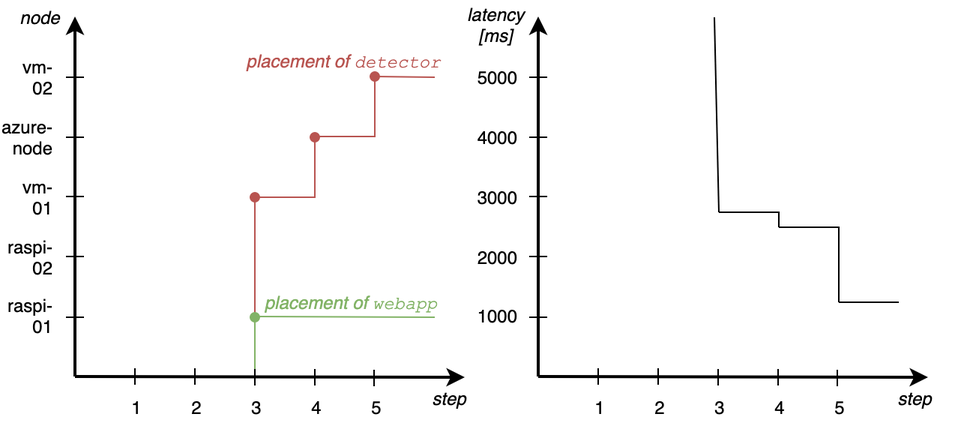
Above: documents/figures/evaluation-exp1-result.png in slienau/bachelor-thesis (draw.io), before the change. Source tidied: cells renumbered, new cells last; positions are measured from the earlier drawing's top-left corner, leaving out a move shared by most shapes. Its diagram source:
```xml
<mxGraphModel>
  <root>
    <mxCell id="0" />
    <mxCell id="1" parent="0" />
    <mxCell id="2" style="group;" parent="1" vertex="1">
      <mxGeometry x="306" y="5" width="329.5" height="275" as="geometry" />
    </mxCell>
    <mxCell id="3" style="group;" parent="2" vertex="1">
      <mxGeometry width="329.5" height="275" as="geometry" />
    </mxCell>
    <mxCell id="4" style="endArrow=classic;html=1;strokeWidth=2;" parent="3" edge="1">
      <mxGeometry relative="1" as="geometry">
        <mxPoint x="49.5" y="244.5" as="sourcePoint" />
        <mxPoint x="49.5" y="4.5" as="targetPoint" />
      </mxGeometry>
    </mxCell>
    <mxCell id="5" value="1000" style="text;html=1;strokeColor=none;fillColor=none;align=right;verticalAlign=middle;whiteSpace=wrap;rounded=0;fontFamily=Helvetica;" parent="3" vertex="1">
      <mxGeometry x="6.5" y="194" width="30" height="20" as="geometry" />
    </mxCell>
    <mxCell id="6" value="2000" style="text;html=1;strokeColor=none;fillColor=none;align=right;verticalAlign=middle;whiteSpace=wrap;rounded=0;fontFamily=Helvetica;" parent="3" vertex="1">
      <mxGeometry x="6.5" y="155" width="30" height="20" as="geometry" />
    </mxCell>
    <mxCell id="7" value="3000" style="text;html=1;strokeColor=none;fillColor=none;align=right;verticalAlign=middle;whiteSpace=wrap;rounded=0;fontFamily=Helvetica;" parent="3" vertex="1">
      <mxGeometry x="6.5" y="115" width="30" height="20" as="geometry" />
    </mxCell>
    <mxCell id="8" value="5000" style="text;html=1;strokeColor=none;fillColor=none;align=right;verticalAlign=middle;whiteSpace=wrap;rounded=0;fontFamily=Helvetica;" parent="3" vertex="1">
      <mxGeometry x="6.5" y="35" width="30" height="20" as="geometry" />
    </mxCell>
    <mxCell id="9" value="4000" style="text;html=1;strokeColor=none;fillColor=none;align=right;verticalAlign=middle;whiteSpace=wrap;rounded=0;fontFamily=Helvetica;" parent="3" vertex="1">
      <mxGeometry x="6.5" y="75" width="30" height="20" as="geometry" />
    </mxCell>
    <mxCell id="10" style="endArrow=none;html=1;strokeWidth=1;fontFamily=Courier New;arcSize=20;" parent="3" edge="1">
      <mxGeometry relative="1" as="geometry">
        <mxPoint x="89.5" y="250" as="sourcePoint" />
        <mxPoint x="89.5" y="239" as="targetPoint" />
      </mxGeometry>
    </mxCell>
    <mxCell id="11" value="1" style="text;html=1;strokeColor=none;fillColor=none;align=center;verticalAlign=middle;whiteSpace=wrap;rounded=0;fontFamily=Helvetica;" parent="3" vertex="1">
      <mxGeometry x="79.5" y="255" width="20" height="20" as="geometry" />
    </mxCell>
    <mxCell id="12" value="2" style="text;html=1;strokeColor=none;fillColor=none;align=center;verticalAlign=middle;whiteSpace=wrap;rounded=0;fontFamily=Helvetica;" parent="3" vertex="1">
      <mxGeometry x="119.5" y="255" width="20" height="20" as="geometry" />
    </mxCell>
    <mxCell id="13" value="3" style="text;html=1;strokeColor=none;fillColor=none;align=center;verticalAlign=middle;whiteSpace=wrap;rounded=0;fontFamily=Helvetica;" parent="3" vertex="1">
      <mxGeometry x="159.5" y="255" width="20" height="20" as="geometry" />
    </mxCell>
    <mxCell id="14" value="4" style="text;html=1;strokeColor=none;fillColor=none;align=center;verticalAlign=middle;whiteSpace=wrap;rounded=0;fontFamily=Helvetica;" parent="3" vertex="1">
      <mxGeometry x="199.5" y="255" width="20" height="20" as="geometry" />
    </mxCell>
    <mxCell id="15" value="5" style="text;html=1;strokeColor=none;fillColor=none;align=center;verticalAlign=middle;whiteSpace=wrap;rounded=0;fontFamily=Helvetica;" parent="3" vertex="1">
      <mxGeometry x="239.5" y="255" width="20" height="20" as="geometry" />
    </mxCell>
    <mxCell id="16" style="endArrow=classic;html=1;strokeWidth=2;" parent="3" edge="1">
      <mxGeometry relative="1" as="geometry">
        <mxPoint x="49.5" y="244.5" as="sourcePoint" />
        <mxPoint x="309.5" y="245" as="targetPoint" />
      </mxGeometry>
    </mxCell>
    <mxCell id="17" value="latency [ms]" style="text;html=1;strokeColor=none;fillColor=none;align=center;verticalAlign=middle;whiteSpace=wrap;rounded=0;fontStyle=2;" parent="3" vertex="1">
      <mxGeometry width="43" height="20" as="geometry" />
    </mxCell>
    <mxCell id="18" value="step" style="text;html=1;strokeColor=none;fillColor=none;align=center;verticalAlign=middle;whiteSpace=wrap;rounded=0;fontStyle=2;" parent="3" vertex="1">
      <mxGeometry x="285" y="249" width="30" height="20" as="geometry" />
    </mxCell>
    <mxCell id="19" style="endArrow=none;html=1;strokeWidth=1;fontFamily=Courier New;arcSize=20;" parent="3" edge="1">
      <mxGeometry relative="1" as="geometry">
        <mxPoint x="129.5" y="250" as="sourcePoint" />
        <mxPoint x="129.5" y="239" as="targetPoint" />
      </mxGeometry>
    </mxCell>
    <mxCell id="20" style="endArrow=none;html=1;strokeWidth=1;fontFamily=Courier New;arcSize=20;" parent="3" edge="1">
      <mxGeometry relative="1" as="geometry">
        <mxPoint x="209.5" y="250.5" as="sourcePoint" />
        <mxPoint x="209.5" y="239.5" as="targetPoint" />
      </mxGeometry>
    </mxCell>
    <mxCell id="21" style="endArrow=none;html=1;strokeWidth=1;fontFamily=Courier New;arcSize=20;" parent="3" edge="1">
      <mxGeometry relative="1" as="geometry">
        <mxPoint x="169.5" y="250.5" as="sourcePoint" />
        <mxPoint x="169.5" y="239.5" as="targetPoint" />
      </mxGeometry>
    </mxCell>
    <mxCell id="22" style="endArrow=none;html=1;strokeWidth=1;fontFamily=Courier New;arcSize=20;" parent="3" edge="1">
      <mxGeometry relative="1" as="geometry">
        <mxPoint x="249" y="251" as="sourcePoint" />
        <mxPoint x="249" y="240" as="targetPoint" />
      </mxGeometry>
    </mxCell>
    <mxCell id="23" style="endArrow=none;html=1;strokeWidth=1;fontFamily=Courier New;arcSize=20;" parent="3" edge="1">
      <mxGeometry relative="1" as="geometry">
        <mxPoint x="43.5" y="205" as="sourcePoint" />
        <mxPoint x="55.5" y="205" as="targetPoint" />
      </mxGeometry>
    </mxCell>
    <mxCell id="24" style="endArrow=none;html=1;strokeWidth=1;fontFamily=Courier New;arcSize=20;" parent="3" edge="1">
      <mxGeometry relative="1" as="geometry">
        <mxPoint x="43.5" y="164.5" as="sourcePoint" />
        <mxPoint x="55.5" y="164.5" as="targetPoint" />
      </mxGeometry>
    </mxCell>
    <mxCell id="25" style="endArrow=none;html=1;strokeWidth=1;fontFamily=Courier New;arcSize=20;" parent="3" edge="1">
      <mxGeometry relative="1" as="geometry">
        <mxPoint x="43.5" y="124.5" as="sourcePoint" />
        <mxPoint x="55.5" y="124.5" as="targetPoint" />
      </mxGeometry>
    </mxCell>
    <mxCell id="26" style="endArrow=none;html=1;strokeWidth=1;fontFamily=Courier New;arcSize=20;" parent="3" edge="1">
      <mxGeometry relative="1" as="geometry">
        <mxPoint x="43.5" y="85" as="sourcePoint" />
        <mxPoint x="55.5" y="85" as="targetPoint" />
      </mxGeometry>
    </mxCell>
    <mxCell id="27" style="endArrow=none;html=1;strokeWidth=1;fontFamily=Courier New;arcSize=20;" parent="3" edge="1">
      <mxGeometry relative="1" as="geometry">
        <mxPoint x="43.5" y="45" as="sourcePoint" />
        <mxPoint x="55.5" y="45" as="targetPoint" />
      </mxGeometry>
    </mxCell>
    <mxCell id="28" style="endArrow=none;html=1;fontFamily=Helvetica;fontSize=10;fontColor=#82B366;" parent="3" edge="1">
      <mxGeometry relative="1" as="geometry">
        <mxPoint x="167" y="5" as="sourcePoint" />
        <mxPoint x="170" y="135" as="targetPoint" />
      </mxGeometry>
    </mxCell>
    <mxCell id="29" style="endArrow=none;html=1;fontFamily=Helvetica;fontSize=10;fontColor=#82B366;rounded=0;" parent="3" edge="1">
      <mxGeometry relative="1" as="geometry">
        <mxPoint x="170" y="135" as="sourcePoint" />
        <mxPoint x="210" y="145" as="targetPoint" />
        <Array as="points">
          <mxPoint x="210" y="135" />
        </Array>
      </mxGeometry>
    </mxCell>
    <mxCell id="30" style="endArrow=none;html=1;fontFamily=Helvetica;fontSize=10;fontColor=#82B366;rounded=0;" parent="2" edge="1">
      <mxGeometry relative="1" as="geometry">
        <mxPoint x="250" y="195" as="sourcePoint" />
        <mxPoint x="210" y="145" as="targetPoint" />
        <Array as="points">
          <mxPoint x="250" y="145" />
        </Array>
      </mxGeometry>
    </mxCell>
    <mxCell id="31" style="endArrow=none;html=1;fontFamily=Helvetica;fontSize=10;fontColor=#82B366;rounded=0;" parent="2" edge="1">
      <mxGeometry relative="1" as="geometry">
        <mxPoint x="290" y="195" as="sourcePoint" />
        <mxPoint x="250" y="195" as="targetPoint" />
      </mxGeometry>
    </mxCell>
    <mxCell id="32" style="endArrow=classic;html=1;strokeWidth=2;" parent="1" edge="1">
      <mxGeometry relative="1" as="geometry">
        <mxPoint x="46.5" y="249.5" as="sourcePoint" />
        <mxPoint x="46.5" y="9.5" as="targetPoint" />
      </mxGeometry>
    </mxCell>
    <mxCell id="33" value="raspi-01" style="text;html=1;strokeColor=none;fillColor=none;align=right;verticalAlign=middle;whiteSpace=wrap;rounded=0;fontFamily=Helvetica;fontSize=12;" parent="1" vertex="1">
      <mxGeometry y="199" width="34" height="20" as="geometry" />
    </mxCell>
    <mxCell id="34" value="raspi-02" style="text;html=1;strokeColor=none;fillColor=none;align=right;verticalAlign=middle;whiteSpace=wrap;rounded=0;fontFamily=Helvetica;fontSize=12;" parent="1" vertex="1">
      <mxGeometry y="160" width="34" height="20" as="geometry" />
    </mxCell>
    <mxCell id="35" value="vm-01" style="text;html=1;strokeColor=none;fillColor=none;align=right;verticalAlign=middle;whiteSpace=wrap;rounded=0;fontFamily=Helvetica;fontSize=12;" parent="1" vertex="1">
      <mxGeometry x="10" y="120" width="24" height="20" as="geometry" />
    </mxCell>
    <mxCell id="36" value="vm-02" style="text;html=1;strokeColor=none;fillColor=none;align=right;verticalAlign=middle;whiteSpace=wrap;rounded=0;fontFamily=Helvetica;fontSize=12;" parent="1" vertex="1">
      <mxGeometry x="10" y="40" width="24" height="20" as="geometry" />
    </mxCell>
    <mxCell id="37" value="azure-node" style="text;html=1;strokeColor=none;fillColor=none;align=right;verticalAlign=middle;whiteSpace=wrap;rounded=0;fontFamily=Helvetica;fontSize=12;" parent="1" vertex="1">
      <mxGeometry y="80" width="34" height="20" as="geometry" />
    </mxCell>
    <mxCell id="38" style="endArrow=none;html=1;strokeWidth=1;fontFamily=Courier New;arcSize=20;" parent="1" edge="1">
      <mxGeometry relative="1" as="geometry">
        <mxPoint x="86.5" y="255" as="sourcePoint" />
        <mxPoint x="86.5" y="244" as="targetPoint" />
      </mxGeometry>
    </mxCell>
    <mxCell id="39" value="1" style="text;html=1;strokeColor=none;fillColor=none;align=center;verticalAlign=middle;whiteSpace=wrap;rounded=0;fontFamily=Helvetica;" parent="1" vertex="1">
      <mxGeometry x="76.5" y="260" width="20" height="20" as="geometry" />
    </mxCell>
    <mxCell id="40" value="2" style="text;html=1;strokeColor=none;fillColor=none;align=center;verticalAlign=middle;whiteSpace=wrap;rounded=0;fontFamily=Helvetica;" parent="1" vertex="1">
      <mxGeometry x="116.5" y="260" width="20" height="20" as="geometry" />
    </mxCell>
    <mxCell id="41" value="3" style="text;html=1;strokeColor=none;fillColor=none;align=center;verticalAlign=middle;whiteSpace=wrap;rounded=0;fontFamily=Helvetica;" parent="1" vertex="1">
      <mxGeometry x="156.5" y="260" width="20" height="20" as="geometry" />
    </mxCell>
    <mxCell id="42" value="4" style="text;html=1;strokeColor=none;fillColor=none;align=center;verticalAlign=middle;whiteSpace=wrap;rounded=0;fontFamily=Helvetica;" parent="1" vertex="1">
      <mxGeometry x="196.5" y="260" width="20" height="20" as="geometry" />
    </mxCell>
    <mxCell id="43" value="5" style="text;html=1;strokeColor=none;fillColor=none;align=center;verticalAlign=middle;whiteSpace=wrap;rounded=0;fontFamily=Helvetica;" parent="1" vertex="1">
      <mxGeometry x="236.5" y="260" width="20" height="20" as="geometry" />
    </mxCell>
    <mxCell id="44" style="endArrow=none;html=1;strokeWidth=1;fontFamily=Courier New;startArrow=oval;startFill=1;strokeColor=#b85450;fillColor=#f8cecc;rounded=0;" parent="1" edge="1">
      <mxGeometry relative="1" as="geometry">
        <mxPoint x="166.5" y="130" as="sourcePoint" />
        <mxPoint x="46.5" y="250" as="targetPoint" />
        <Array as="points">
          <mxPoint x="166.5" y="250" />
        </Array>
      </mxGeometry>
    </mxCell>
    <mxCell id="45" style="endArrow=none;html=1;strokeWidth=1;fontFamily=Courier New;startArrow=oval;startFill=1;strokeColor=#b85450;fillColor=#f8cecc;rounded=0;" parent="1" edge="1">
      <mxGeometry relative="1" as="geometry">
        <mxPoint x="206.5" y="90" as="sourcePoint" />
        <mxPoint x="166.5" y="130" as="targetPoint" />
        <Array as="points">
          <mxPoint x="206.5" y="130" />
        </Array>
      </mxGeometry>
    </mxCell>
    <mxCell id="46" style="endArrow=none;html=1;strokeWidth=1;fontFamily=Courier New;startArrow=oval;startFill=1;strokeColor=#b85450;fillColor=#f8cecc;rounded=0;" parent="1" edge="1">
      <mxGeometry relative="1" as="geometry">
        <mxPoint x="246.5" y="49.5" as="sourcePoint" />
        <mxPoint x="206.5" y="89.5" as="targetPoint" />
        <Array as="points">
          <mxPoint x="246.5" y="89.5" />
        </Array>
      </mxGeometry>
    </mxCell>
    <mxCell id="47" style="endArrow=none;html=1;strokeWidth=1;fontFamily=Courier New;startArrow=none;startFill=0;strokeColor=#b85450;fillColor=#f8cecc;rounded=0;" parent="1" edge="1">
      <mxGeometry relative="1" as="geometry">
        <mxPoint x="286.5" y="50" as="sourcePoint" />
        <mxPoint x="246.5" y="49.5" as="targetPoint" />
      </mxGeometry>
    </mxCell>
    <mxCell id="48" style="endArrow=none;html=1;strokeWidth=1;fontFamily=Courier New;startArrow=oval;startFill=1;strokeColor=#82b366;fillColor=#d5e8d4;rounded=0;" parent="1" edge="1">
      <mxGeometry relative="1" as="geometry">
        <mxPoint x="166.5" y="210" as="sourcePoint" />
        <mxPoint x="46.5" y="249.5" as="targetPoint" />
        <Array as="points">
          <mxPoint x="166.5" y="249.5" />
        </Array>
      </mxGeometry>
    </mxCell>
    <mxCell id="49" style="endArrow=none;html=1;strokeWidth=1;fontFamily=Courier New;startArrow=none;startFill=0;strokeColor=#82b366;fillColor=#d5e8d4;rounded=0;" parent="1" edge="1">
      <mxGeometry relative="1" as="geometry">
        <mxPoint x="286.5" y="210" as="sourcePoint" />
        <mxPoint x="166.5" y="209.5" as="targetPoint" />
      </mxGeometry>
    </mxCell>
    <mxCell id="50" style="endArrow=classic;html=1;strokeWidth=2;" parent="1" edge="1">
      <mxGeometry relative="1" as="geometry">
        <mxPoint x="46.5" y="249.5" as="sourcePoint" />
        <mxPoint x="306.5" y="250" as="targetPoint" />
      </mxGeometry>
    </mxCell>
    <mxCell id="51" value="node" style="text;html=1;strokeColor=none;fillColor=none;align=center;verticalAlign=middle;whiteSpace=wrap;rounded=0;fontStyle=2;" parent="1" vertex="1">
      <mxGeometry x="6.5" y="-0.5" width="33" height="20" as="geometry" />
    </mxCell>
    <mxCell id="52" value="placement of &lt;font face=&quot;Courier New&quot; style=&quot;font-size: 12px;&quot;&gt;detector&lt;/font&gt;" style="text;html=1;strokeColor=none;fillColor=none;align=center;verticalAlign=middle;whiteSpace=wrap;rounded=0;fontColor=#B85450;fontStyle=2;fontSize=12;" parent="1" vertex="1">
      <mxGeometry x="160" y="29" width="132" height="20" as="geometry" />
    </mxCell>
    <mxCell id="53" value="placement of &lt;font face=&quot;Courier New&quot; style=&quot;font-size: 12px;&quot;&gt;webapp&lt;/font&gt;" style="text;html=1;strokeColor=none;fillColor=none;align=center;verticalAlign=middle;whiteSpace=wrap;rounded=0;fontColor=#82B366;fontStyle=2;fontSize=12;" parent="1" vertex="1">
      <mxGeometry x="170" y="190" width="122" height="20" as="geometry" />
    </mxCell>
    <mxCell id="54" value="step" style="text;html=1;strokeColor=none;fillColor=none;align=center;verticalAlign=middle;whiteSpace=wrap;rounded=0;fontStyle=2;" parent="1" vertex="1">
      <mxGeometry x="282" y="254" width="29" height="20" as="geometry" />
    </mxCell>
    <mxCell id="55" style="endArrow=none;html=1;strokeWidth=1;fontFamily=Courier New;arcSize=20;" parent="1" edge="1">
      <mxGeometry relative="1" as="geometry">
        <mxPoint x="126.5" y="255" as="sourcePoint" />
        <mxPoint x="126.5" y="244" as="targetPoint" />
      </mxGeometry>
    </mxCell>
    <mxCell id="56" style="endArrow=none;html=1;strokeWidth=1;fontFamily=Courier New;arcSize=20;" parent="1" edge="1">
      <mxGeometry relative="1" as="geometry">
        <mxPoint x="206.5" y="255.5" as="sourcePoint" />
        <mxPoint x="206.5" y="244.5" as="targetPoint" />
      </mxGeometry>
    </mxCell>
    <mxCell id="57" style="endArrow=none;html=1;strokeWidth=1;fontFamily=Courier New;arcSize=20;" parent="1" edge="1">
      <mxGeometry relative="1" as="geometry">
        <mxPoint x="166.5" y="255.5" as="sourcePoint" />
        <mxPoint x="166.5" y="244.5" as="targetPoint" />
      </mxGeometry>
    </mxCell>
    <mxCell id="58" style="endArrow=none;html=1;strokeWidth=1;fontFamily=Courier New;arcSize=20;" parent="1" edge="1">
      <mxGeometry relative="1" as="geometry">
        <mxPoint x="246" y="256" as="sourcePoint" />
        <mxPoint x="246" y="245" as="targetPoint" />
      </mxGeometry>
    </mxCell>
    <mxCell id="59" style="endArrow=none;html=1;strokeWidth=1;fontFamily=Courier New;arcSize=20;" parent="1" edge="1">
      <mxGeometry relative="1" as="geometry">
        <mxPoint x="40.5" y="210" as="sourcePoint" />
        <mxPoint x="52.5" y="210" as="targetPoint" />
      </mxGeometry>
    </mxCell>
    <mxCell id="60" style="endArrow=none;html=1;strokeWidth=1;fontFamily=Courier New;arcSize=20;" parent="1" edge="1">
      <mxGeometry relative="1" as="geometry">
        <mxPoint x="40.5" y="169.5" as="sourcePoint" />
        <mxPoint x="52.5" y="169.5" as="targetPoint" />
      </mxGeometry>
    </mxCell>
    <mxCell id="61" style="endArrow=none;html=1;strokeWidth=1;fontFamily=Courier New;arcSize=20;" parent="1" edge="1">
      <mxGeometry relative="1" as="geometry">
        <mxPoint x="40.5" y="129.5" as="sourcePoint" />
        <mxPoint x="52.5" y="129.5" as="targetPoint" />
      </mxGeometry>
    </mxCell>
    <mxCell id="62" style="endArrow=none;html=1;strokeWidth=1;fontFamily=Courier New;arcSize=20;" parent="1" edge="1">
      <mxGeometry relative="1" as="geometry">
        <mxPoint x="40.5" y="90" as="sourcePoint" />
        <mxPoint x="52.5" y="90" as="targetPoint" />
      </mxGeometry>
    </mxCell>
    <mxCell id="63" style="endArrow=none;html=1;strokeWidth=1;fontFamily=Courier New;arcSize=20;" parent="1" edge="1">
      <mxGeometry relative="1" as="geometry">
        <mxPoint x="40.5" y="50" as="sourcePoint" />
        <mxPoint x="52.5" y="50" as="targetPoint" />
      </mxGeometry>
    </mxCell>
  </root>
</mxGraphModel>
```
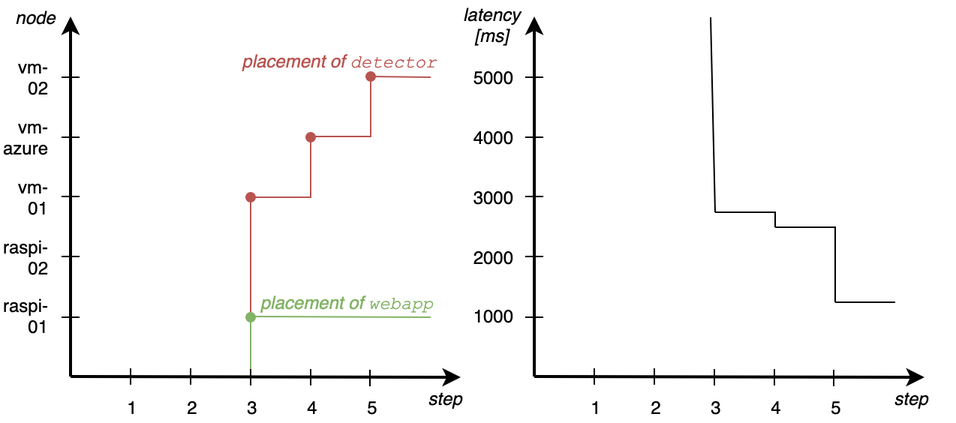
After the change.

Commit message:
Update thesis: finish evaluation

Change to the diagram source:
```diff
@@ -164,7 +164,7 @@
     <mxCell id="36" value="vm-02" style="text;html=1;strokeColor=none;fillColor=none;align=right;verticalAlign=middle;whiteSpace=wrap;rounded=0;fontFamily=Helvetica;fontSize=12;" parent="1" vertex="1">
       <mxGeometry x="10" y="40" width="24" height="20" as="geometry" />
     </mxCell>
-    <mxCell id="37" value="azure-node" style="text;html=1;strokeColor=none;fillColor=none;align=right;verticalAlign=middle;whiteSpace=wrap;rounded=0;fontFamily=Helvetica;fontSize=12;" parent="1" vertex="1">
+    <mxCell id="37" value="vm-azure" style="text;html=1;strokeColor=none;fillColor=none;align=right;verticalAlign=middle;whiteSpace=wrap;rounded=0;fontFamily=Helvetica;fontSize=12;" parent="1" vertex="1">
       <mxGeometry y="80" width="34" height="20" as="geometry" />
     </mxCell>
     <mxCell id="38" style="endArrow=none;html=1;strokeWidth=1;fontFamily=Courier New;arcSize=20;" parent="1" edge="1">
```
